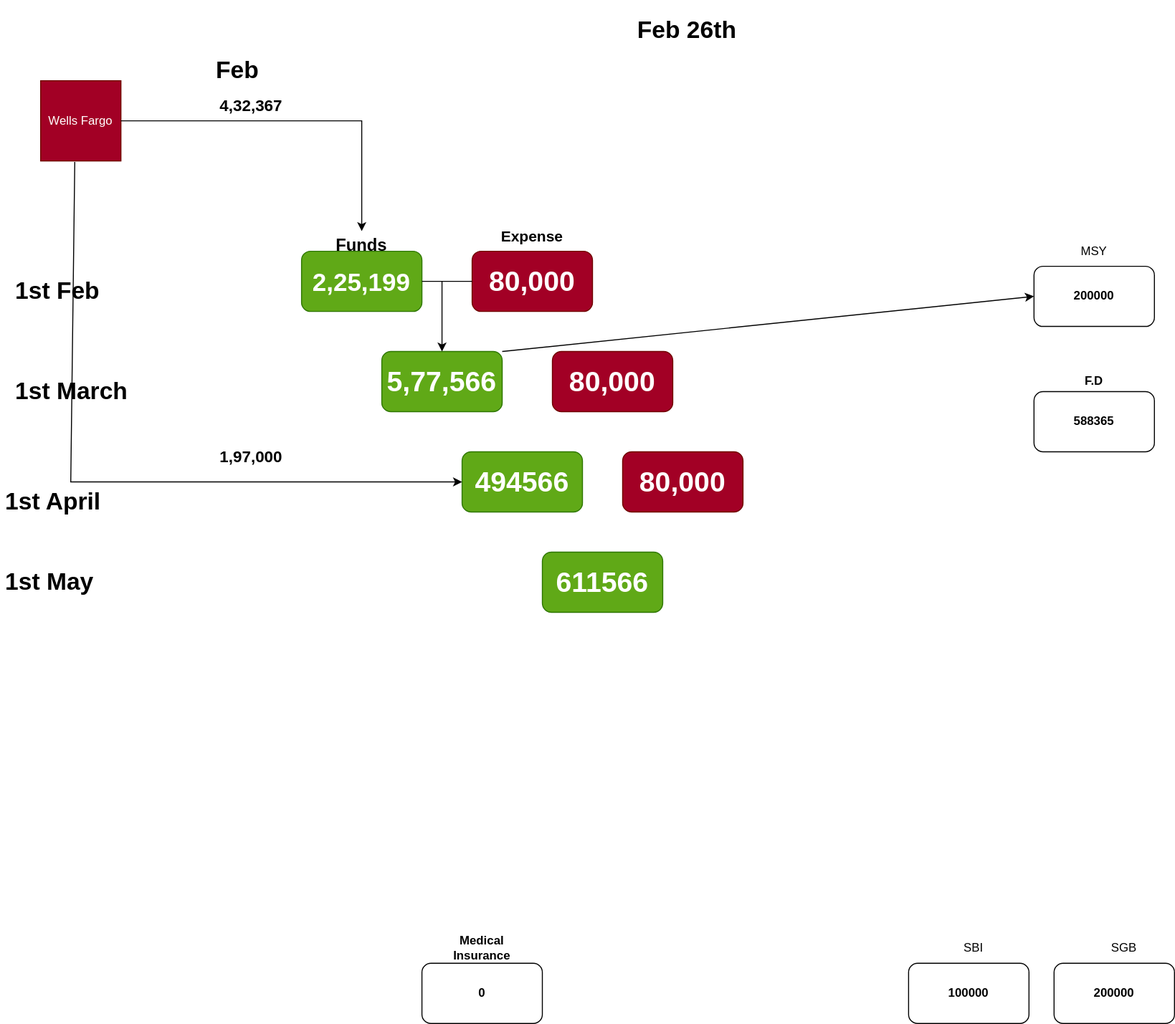
Before: Investments.drawio.svg, a diagram exported from draw.io (uchiharizvi/design-diagrams). Source tidied: cells renumbered, new cells last; positions are measured from the earlier drawing's top-left corner, leaving out a move shared by most shapes.
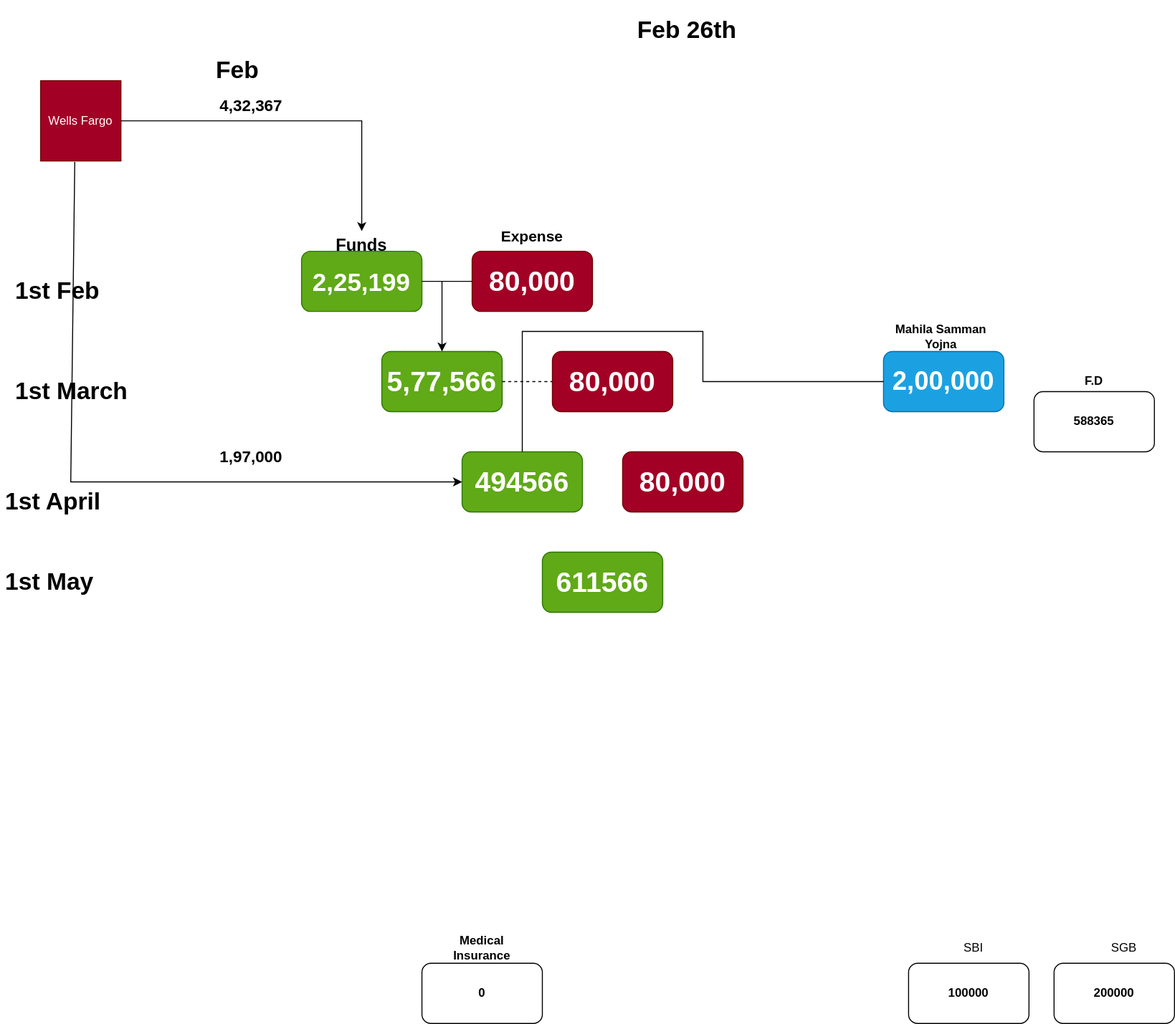
After the change.

Diff of the diagram source:
```diff
@@ -23,11 +23,11 @@
     <mxCell id="8" value="&lt;b&gt;&lt;font style=&quot;font-size: 15px;&quot;&gt;Expense&lt;/font&gt;&lt;/b&gt;" style="text;html=1;align=center;verticalAlign=middle;whiteSpace=wrap;rounded=0;" parent="1" vertex="1">
       <mxGeometry x="500" y="210" width="60" height="30" as="geometry" />
     </mxCell>
-    <mxCell id="9" value="200000" style="rounded=1;whiteSpace=wrap;html=1;fontStyle=1;" parent="1" vertex="1">
-      <mxGeometry x="1030" y="255" width="120" height="60" as="geometry" />
+    <mxCell id="9" value="&lt;font style=&quot;font-size: 26px;&quot;&gt;2,00,000&lt;/font&gt;" style="rounded=1;whiteSpace=wrap;html=1;fontStyle=1;fillColor=#1ba1e2;fontColor=#ffffff;strokeColor=#006EAF;" parent="1" vertex="1">
+      <mxGeometry x="880" y="340" width="120" height="60" as="geometry" />
     </mxCell>
-    <mxCell id="10" value="MSY" style="text;html=1;align=center;verticalAlign=middle;whiteSpace=wrap;rounded=0;" parent="1" vertex="1">
-      <mxGeometry x="1060" y="225" width="60" height="30" as="geometry" />
+    <mxCell id="10" value="&lt;b&gt;Mahila Samman Yojna&lt;/b&gt;" style="text;html=1;align=center;verticalAlign=middle;whiteSpace=wrap;rounded=0;" parent="1" vertex="1">
+      <mxGeometry x="890" y="310" width="95" height="30" as="geometry" />
     </mxCell>
     <mxCell id="11" value="Wells Fargo" style="whiteSpace=wrap;html=1;fillColor=#a20025;fontColor=#ffffff;strokeColor=#6F0000;" parent="1" vertex="1">
       <mxGeometry x="40" y="70" width="80" height="80" as="geometry" />
@@ -108,8 +108,24 @@
     <mxCell id="33" value="&lt;h1&gt;1st May&lt;/h1&gt;" style="text;html=1;spacing=5;spacingTop=-20;whiteSpace=wrap;overflow=hidden;rounded=0;" parent="1" vertex="1">
       <mxGeometry y="550" width="110" height="40" as="geometry" />
     </mxCell>
-    <mxCell id="34" style="endArrow=classic;html=1;rounded=0;exitX=1;exitY=0;exitDx=0;exitDy=0;entryX=0;entryY=0.5;entryDx=0;entryDy=0;" parent="1" edge="1" source="21" target="9">
-      <mxGeometry relative="1" as="geometry" />
-    </mxCell>
+    <mxCell id="35" style="endArrow=none;dashed=1;html=1;rounded=0;exitX=1;exitY=0.5;exitDx=0;exitDy=0;entryX=0;entryY=0.5;entryDx=0;entryDy=0;" parent="1" edge="1" source="21" target="26">
+      <mxGeometry relative="1" as="geometry" />
+    </mxCell>
+    <mxCell id="36" style="endArrow=none;html=1;rounded=0;entryX=0;entryY=0.5;entryDx=0;entryDy=0;" parent="1" edge="1" target="9">
+      <mxGeometry relative="1" as="geometry">
+        <mxPoint x="520" y="370" as="sourcePoint" />
+        <Array as="points">
+          <mxPoint x="520" y="320" />
+          <mxPoint x="700" y="320" />
+          <mxPoint x="700" y="370" />
+          <mxPoint x="790" y="370" />
+        </Array>
+      </mxGeometry>
+    </mxCell>
+    <mxCell id="37" style="endArrow=none;html=1;rounded=0;exitX=0.5;exitY=0;exitDx=0;exitDy=0;" parent="1" edge="1" source="27">
+      <mxGeometry relative="1" as="geometry">
+        <mxPoint x="520" y="370" as="targetPoint" />
+      </mxGeometry>
+    </mxCell>
   </root>
 </mxGraphModel>
```
